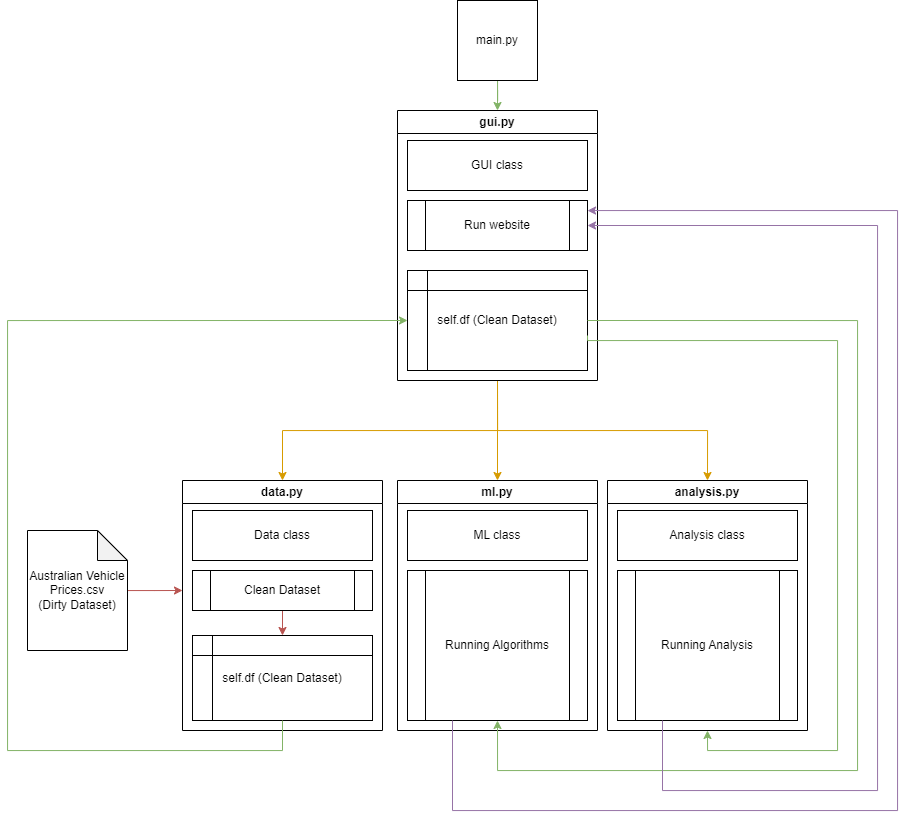
The draw.io diagram UML.png in pinbal-wizard/ST1-Assignment-3---Capstone, before a commit. Source tidied: cells renumbered, new cells last; positions are measured from the earlier drawing's top-left corner, leaving out a move shared by most shapes.
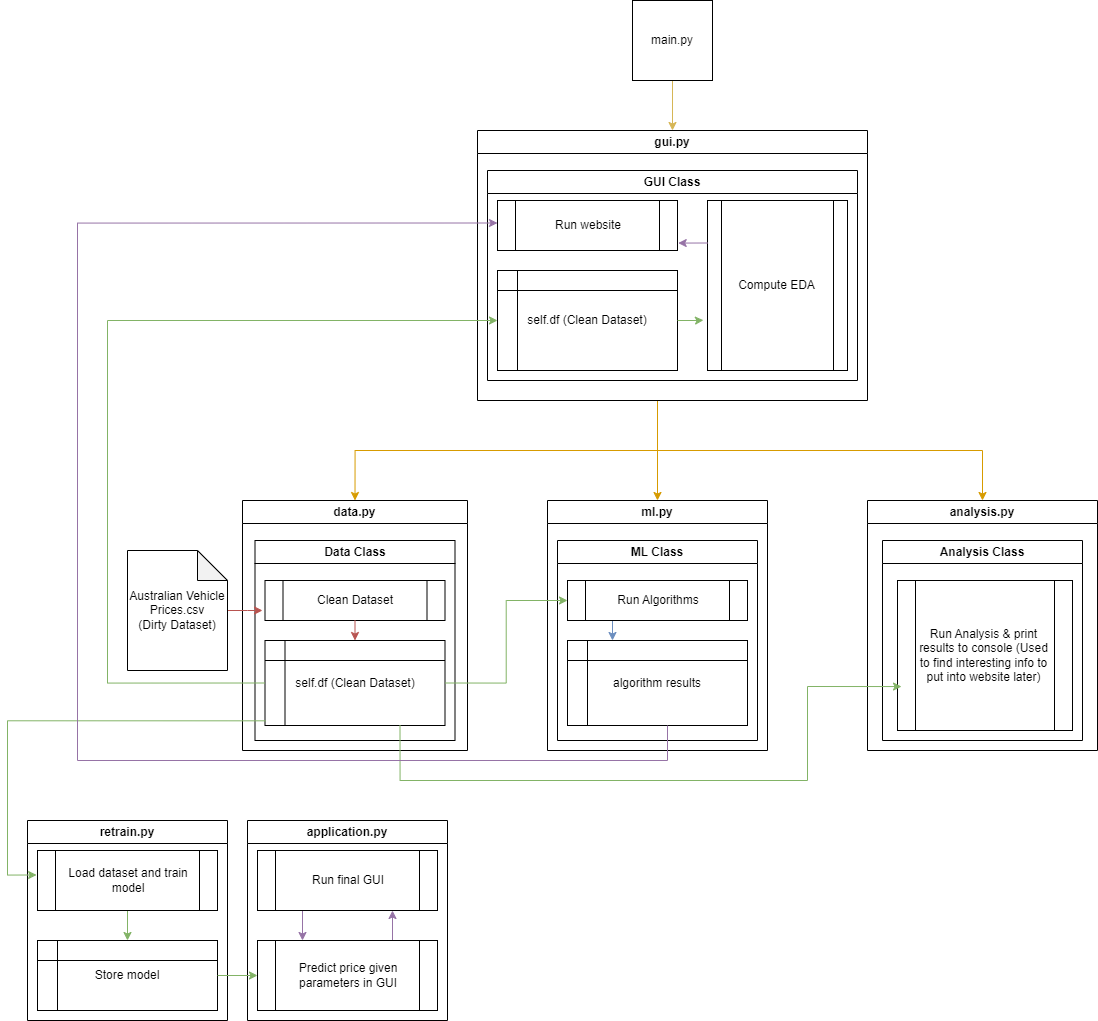
The same file after the commit.

Diff of the diagram source:
```diff
@@ -2,127 +2,179 @@
   <root>
     <mxCell id="0" />
     <mxCell id="1" parent="0" />
-    <mxCell id="2" style="edgeStyle=orthogonalEdgeStyle;rounded=0;jettySize=auto;html=1;entryX=0.5;entryY=0;entryDx=0;entryDy=0;fillColor=#d5e8d4;strokeColor=#82b366;" parent="1" edge="1" source="3" target="7">
+    <mxCell id="2" style="edgeStyle=orthogonalEdgeStyle;rounded=0;jettySize=auto;html=1;entryX=0.5;entryY=0;entryDx=0;entryDy=0;fillColor=#fff2cc;strokeColor=#d6b656;" parent="1" edge="1" source="3" target="7">
       <mxGeometry relative="1" as="geometry" />
     </mxCell>
     <mxCell id="3" value="main.py" style="whiteSpace=wrap;html=1;" parent="1" vertex="1">
-      <mxGeometry x="450" width="80" height="80" as="geometry" />
+      <mxGeometry x="545" y="-20" width="80" height="80" as="geometry" />
     </mxCell>
     <mxCell id="4" style="edgeStyle=orthogonalEdgeStyle;rounded=0;jettySize=auto;html=1;exitX=0.5;exitY=1;exitDx=0;exitDy=0;entryX=0.5;entryY=0;entryDx=0;entryDy=0;fillColor=#ffe6cc;strokeColor=#d79b00;" parent="1" edge="1" source="7" target="20">
-      <mxGeometry relative="1" as="geometry" />
+      <mxGeometry relative="1" as="geometry">
+        <Array as="points">
+          <mxPoint x="570" y="380" />
+        </Array>
+      </mxGeometry>
     </mxCell>
     <mxCell id="5" style="edgeStyle=orthogonalEdgeStyle;rounded=0;jettySize=auto;html=1;exitX=0.5;exitY=1;exitDx=0;exitDy=0;entryX=0.5;entryY=0;entryDx=0;entryDy=0;fillColor=#ffe6cc;strokeColor=#d79b00;" parent="1" edge="1" source="7" target="23">
-      <mxGeometry relative="1" as="geometry" />
+      <mxGeometry relative="1" as="geometry">
+        <Array as="points">
+          <mxPoint x="570" y="380" />
+          <mxPoint x="570" y="430" />
+          <mxPoint x="895" y="430" />
+        </Array>
+      </mxGeometry>
     </mxCell>
     <mxCell id="6" style="edgeStyle=orthogonalEdgeStyle;rounded=0;jettySize=auto;html=1;exitX=0.5;exitY=1;exitDx=0;exitDy=0;entryX=0.5;entryY=0;entryDx=0;entryDy=0;fillColor=#ffe6cc;strokeColor=#d79b00;" parent="1" edge="1" source="7" target="12">
-      <mxGeometry relative="1" as="geometry" />
+      <mxGeometry relative="1" as="geometry">
+        <Array as="points">
+          <mxPoint x="570" y="380" />
+          <mxPoint x="570" y="430" />
+          <mxPoint x="268" y="430" />
+        </Array>
+      </mxGeometry>
     </mxCell>
     <mxCell id="7" value="gui.py" style="swimlane;whiteSpace=wrap;html=1;" parent="1" vertex="1">
-      <mxGeometry x="390" y="110" width="200" height="270" as="geometry" />
+      <mxGeometry x="390" y="110" width="390" height="270" as="geometry" />
     </mxCell>
-    <mxCell id="8" value="GUI class" style="whiteSpace=wrap;html=1;" parent="7" vertex="1">
-      <mxGeometry x="10" y="30" width="180" height="50" as="geometry" />
-    </mxCell>
+    <mxCell id="31" value="GUI Class" style="swimlane;whiteSpace=wrap;html=1;" parent="7" vertex="1">
+      <mxGeometry x="10" y="40" width="370" height="210" as="geometry" />
+    </mxCell>
-    <mxCell id="9" value="Run website" style="shape=process;whiteSpace=wrap;html=1;backgroundOutline=1;" parent="7" vertex="1">
-      <mxGeometry x="10" y="90" width="180" height="50" as="geometry" />
+    <mxCell id="9" value="Run website" style="shape=process;whiteSpace=wrap;html=1;backgroundOutline=1;" parent="31" vertex="1">
+      <mxGeometry x="10" y="30" width="180" height="50" as="geometry" />
     </mxCell>
-    <mxCell id="10" style="edgeStyle=orthogonalEdgeStyle;rounded=0;orthogonalLoop=1;jettySize=auto;html=1;exitX=0.5;exitY=1;exitDx=0;exitDy=0;" parent="7" edge="1" source="9" target="9">
+    <mxCell id="10" style="edgeStyle=orthogonalEdgeStyle;rounded=0;orthogonalLoop=1;jettySize=auto;html=1;exitX=0.5;exitY=1;exitDx=0;exitDy=0;" parent="31" edge="1" source="9" target="9">
       <mxGeometry relative="1" as="geometry" />
     </mxCell>
-    <mxCell id="11" value="self.df (Clean Dataset)" style="shape=internalStorage;whiteSpace=wrap;html=1;backgroundOutline=1;align=center;" parent="7" vertex="1">
-      <mxGeometry x="10" y="160" width="180" height="100" as="geometry" />
+    <mxCell id="11" value="self.df (Clean Dataset)" style="shape=internalStorage;whiteSpace=wrap;html=1;backgroundOutline=1;align=center;" parent="31" vertex="1">
+      <mxGeometry x="10" y="100" width="180" height="100" as="geometry" />
     </mxCell>
+    <mxCell id="32" value="Compute EDA" style="shape=process;whiteSpace=wrap;html=1;backgroundOutline=1;" parent="31" vertex="1">
+      <mxGeometry x="220" y="30" width="140" height="170" as="geometry" />
+    </mxCell>
+    <mxCell id="33" style="edgeStyle=orthogonalEdgeStyle;rounded=0;jettySize=auto;html=1;exitX=0;exitY=0.25;exitDx=0;exitDy=0;entryX=1.004;entryY=0.856;entryDx=0;entryDy=0;entryPerimeter=0;fillColor=#e1d5e7;strokeColor=#9673a6;" parent="31" edge="1" source="32" target="9">
+      <mxGeometry relative="1" as="geometry" />
+    </mxCell>
+    <mxCell id="34" style="edgeStyle=orthogonalEdgeStyle;rounded=0;jettySize=auto;html=1;entryX=-0.029;entryY=0.704;entryDx=0;entryDy=0;entryPerimeter=0;fillColor=#d5e8d4;strokeColor=#82b366;" parent="31" edge="1" source="11" target="32">
+      <mxGeometry relative="1" as="geometry" />
+    </mxCell>
     <mxCell id="12" value="data.py" style="swimlane;whiteSpace=wrap;html=1;" parent="1" vertex="1">
-      <mxGeometry x="175" y="480" width="200" height="250" as="geometry" />
+      <mxGeometry x="155" y="480" width="225" height="250" as="geometry" />
     </mxCell>
-    <mxCell id="13" value="Data class" style="whiteSpace=wrap;html=1;" parent="12" vertex="1">
-      <mxGeometry x="10" y="30" width="180" height="50" as="geometry" />
-    </mxCell>
-    <mxCell id="14" style="edgeStyle=orthogonalEdgeStyle;rounded=0;jettySize=auto;html=1;exitX=0.5;exitY=1;exitDx=0;exitDy=0;entryX=0.5;entryY=0;entryDx=0;entryDy=0;fillColor=#f8cecc;strokeColor=#b85450;" parent="12" edge="1" source="15" target="16">
-      <mxGeometry relative="1" as="geometry" />
-    </mxCell>
-    <mxCell id="15" value="Clean Dataset" style="shape=process;whiteSpace=wrap;html=1;backgroundOutline=1;" parent="12" vertex="1">
-      <mxGeometry x="10" y="90" width="180" height="40" as="geometry" />
-    </mxCell>
+    <mxCell id="35" value="Data Class" style="swimlane;whiteSpace=wrap;html=1;" parent="12" vertex="1">
+      <mxGeometry x="12.5" y="40" width="200" height="200" as="geometry" />
+    </mxCell>
-    <mxCell id="16" value="self.df (Clean Dataset)" style="shape=internalStorage;whiteSpace=wrap;html=1;backgroundOutline=1;align=center;" parent="12" vertex="1">
-      <mxGeometry x="10" y="155" width="180" height="85" as="geometry" />
+    <mxCell id="16" value="self.df (Clean Dataset)" style="shape=internalStorage;whiteSpace=wrap;html=1;backgroundOutline=1;align=center;" parent="35" vertex="1">
+      <mxGeometry x="10" y="100" width="180" height="85" as="geometry" />
     </mxCell>
-    <mxCell id="17" style="edgeStyle=orthogonalEdgeStyle;rounded=0;orthogonalLoop=1;jettySize=auto;html=1;exitX=0.5;exitY=1;exitDx=0;exitDy=0;" parent="12" edge="1" source="16" target="16">
+    <mxCell id="17" style="edgeStyle=orthogonalEdgeStyle;rounded=0;orthogonalLoop=1;jettySize=auto;html=1;exitX=0.5;exitY=1;exitDx=0;exitDy=0;" parent="35" edge="1" source="16" target="16">
       <mxGeometry relative="1" as="geometry" />
     </mxCell>
+    <mxCell id="15" value="Clean Dataset" style="shape=process;whiteSpace=wrap;html=1;backgroundOutline=1;" parent="35" vertex="1">
+      <mxGeometry x="10" y="40" width="180" height="40" as="geometry" />
+    </mxCell>
+    <mxCell id="14" style="edgeStyle=orthogonalEdgeStyle;rounded=0;jettySize=auto;html=1;exitX=0.5;exitY=1;exitDx=0;exitDy=0;entryX=0.5;entryY=0;entryDx=0;entryDy=0;fillColor=#f8cecc;strokeColor=#b85450;" parent="35" edge="1" source="15" target="16">
+      <mxGeometry relative="1" as="geometry" />
+    </mxCell>
     <mxCell id="18" style="edgeStyle=orthogonalEdgeStyle;rounded=0;jettySize=auto;html=1;fillColor=#f8cecc;strokeColor=#b85450;" parent="1" edge="1" source="19">
       <mxGeometry relative="1" as="geometry">
         <mxPoint x="175" y="590" as="targetPoint" />
       </mxGeometry>
     </mxCell>
     <mxCell id="19" value="Australian Vehicle Prices.csv&lt;br&gt;(Dirty Dataset)" style="shape=note;whiteSpace=wrap;html=1;backgroundOutline=1;darkOpacity=0.05;" parent="1" vertex="1">
-      <mxGeometry x="20" y="530" width="100" height="120" as="geometry" />
+      <mxGeometry x="40" y="530" width="100" height="120" as="geometry" />
     </mxCell>
     <mxCell id="20" value="ml.py" style="swimlane;whiteSpace=wrap;html=1;" parent="1" vertex="1">
-      <mxGeometry x="390" y="480" width="200" height="250" as="geometry" />
+      <mxGeometry x="460" y="480" width="220" height="250" as="geometry" />
     </mxCell>
-    <mxCell id="21" value="ML class" style="whiteSpace=wrap;html=1;" parent="20" vertex="1">
-      <mxGeometry x="10" y="30" width="180" height="50" as="geometry" />
-    </mxCell>
-    <mxCell id="22" value="Running Algorithms" style="shape=process;whiteSpace=wrap;html=1;backgroundOutline=1;" parent="20" vertex="1">
-      <mxGeometry x="10" y="90" width="180" height="150" as="geometry" />
-    </mxCell>
+    <mxCell id="36" value="ML Class" style="swimlane;whiteSpace=wrap;html=1;" parent="20" vertex="1">
+      <mxGeometry x="10" y="40" width="200" height="200" as="geometry" />
+    </mxCell>
+    <mxCell id="37" style="edgeStyle=orthogonalEdgeStyle;rounded=0;jettySize=auto;html=1;exitX=0.25;exitY=1;exitDx=0;exitDy=0;entryX=0.25;entryY=0;entryDx=0;entryDy=0;fillColor=#dae8fc;strokeColor=#6c8ebf;" parent="36" edge="1" source="38" target="39">
+      <mxGeometry relative="1" as="geometry" />
+    </mxCell>
+    <mxCell id="38" value="Run Algorithms" style="shape=process;whiteSpace=wrap;html=1;backgroundOutline=1;" parent="36" vertex="1">
+      <mxGeometry x="10" y="40" width="180" height="40" as="geometry" />
+    </mxCell>
+    <mxCell id="39" value="algorithm results" style="shape=internalStorage;whiteSpace=wrap;html=1;backgroundOutline=1;align=center;" parent="36" vertex="1">
+      <mxGeometry x="10" y="100" width="180" height="85" as="geometry" />
+    </mxCell>
     <mxCell id="23" value="analysis.py" style="swimlane;whiteSpace=wrap;html=1;" parent="1" vertex="1">
-      <mxGeometry x="600" y="480" width="200" height="250" as="geometry" />
+      <mxGeometry x="780" y="480" width="230" height="250" as="geometry" />
     </mxCell>
-    <mxCell id="24" value="Analysis class" style="whiteSpace=wrap;html=1;" parent="23" vertex="1">
-      <mxGeometry x="10" y="30" width="180" height="50" as="geometry" />
-    </mxCell>
-    <mxCell id="25" value="Running Analysis" style="shape=process;whiteSpace=wrap;html=1;backgroundOutline=1;" parent="23" vertex="1">
-      <mxGeometry x="10" y="90" width="180" height="150" as="geometry" />
-    </mxCell>
+    <mxCell id="40" value="Analysis Class" style="swimlane;whiteSpace=wrap;html=1;" parent="23" vertex="1">
+      <mxGeometry x="15" y="40" width="200" height="200" as="geometry" />
+    </mxCell>
+    <mxCell id="41" value="Run Analysis &amp;amp; print results to console (Used to find interesting info to put into website later)" style="shape=process;whiteSpace=wrap;html=1;backgroundOutline=1;" parent="40" vertex="1">
+      <mxGeometry x="15" y="40" width="175" height="150" as="geometry" />
+    </mxCell>
+    <mxCell id="42" value="retrain.py" style="swimlane;whiteSpace=wrap;html=1;" parent="1" vertex="1">
+      <mxGeometry x="-60" y="800" width="200" height="200" as="geometry" />
+    </mxCell>
+    <mxCell id="43" value="Store model" style="shape=internalStorage;whiteSpace=wrap;html=1;backgroundOutline=1;" parent="42" vertex="1">
+      <mxGeometry x="10" y="120" width="180" height="70" as="geometry" />
+    </mxCell>
+    <mxCell id="44" style="edgeStyle=orthogonalEdgeStyle;rounded=0;jettySize=auto;html=1;exitX=0.5;exitY=1;exitDx=0;exitDy=0;entryX=0.5;entryY=0;entryDx=0;entryDy=0;fillColor=#d5e8d4;strokeColor=#82b366;" parent="42" edge="1" source="45" target="43">
+      <mxGeometry relative="1" as="geometry" />
+    </mxCell>
+    <mxCell id="45" value="Load dataset and train model" style="shape=process;whiteSpace=wrap;html=1;backgroundOutline=1;" parent="42" vertex="1">
+      <mxGeometry x="10" y="30" width="180" height="60" as="geometry" />
+    </mxCell>
+    <mxCell id="46" value="application.py" style="swimlane;whiteSpace=wrap;html=1;" parent="1" vertex="1">
+      <mxGeometry x="160" y="800" width="200" height="200" as="geometry" />
+    </mxCell>
+    <mxCell id="47" style="edgeStyle=orthogonalEdgeStyle;rounded=0;jettySize=auto;html=1;exitX=0.25;exitY=1;exitDx=0;exitDy=0;entryX=0.25;entryY=0;entryDx=0;entryDy=0;fillColor=#e1d5e7;strokeColor=#9673a6;" parent="46" edge="1" source="48" target="50">
+      <mxGeometry relative="1" as="geometry" />
+    </mxCell>
+    <mxCell id="48" value="Run final GUI" style="shape=process;whiteSpace=wrap;html=1;backgroundOutline=1;" parent="46" vertex="1">
+      <mxGeometry x="10" y="30" width="180" height="60" as="geometry" />
+    </mxCell>
+    <mxCell id="49" style="edgeStyle=orthogonalEdgeStyle;rounded=0;jettySize=auto;html=1;exitX=0.75;exitY=0;exitDx=0;exitDy=0;entryX=0.75;entryY=1;entryDx=0;entryDy=0;fillColor=#e1d5e7;strokeColor=#9673a6;" parent="46" edge="1" source="50" target="48">
+      <mxGeometry relative="1" as="geometry" />
+    </mxCell>
+    <mxCell id="50" value="Predict price given parameters in GUI" style="shape=process;whiteSpace=wrap;html=1;backgroundOutline=1;" parent="46" vertex="1">
+      <mxGeometry x="10" y="120" width="180" height="70" as="geometry" />
+    </mxCell>
+    <mxCell id="51" style="edgeStyle=orthogonalEdgeStyle;rounded=0;jettySize=auto;html=1;exitX=1;exitY=0.5;exitDx=0;exitDy=0;fillColor=#d5e8d4;strokeColor=#82b366;" parent="1" edge="1" source="43" target="50">
+      <mxGeometry relative="1" as="geometry" />
+    </mxCell>
+    <mxCell id="52" style="edgeStyle=orthogonalEdgeStyle;rounded=0;jettySize=auto;html=1;exitX=0.003;exitY=0.945;exitDx=0;exitDy=0;entryX=-0.005;entryY=0.408;entryDx=0;entryDy=0;entryPerimeter=0;exitPerimeter=0;fillColor=#d5e8d4;strokeColor=#82b366;" parent="1" edge="1" source="16" target="45">
+      <mxGeometry relative="1" as="geometry">
+        <Array as="points">
+          <mxPoint x="-80" y="700" />
+          <mxPoint x="-80" y="855" />
+        </Array>
+      </mxGeometry>
+    </mxCell>
+    <mxCell id="53" style="edgeStyle=orthogonalEdgeStyle;rounded=0;jettySize=auto;html=1;exitX=1;exitY=0.5;exitDx=0;exitDy=0;entryX=0;entryY=0.5;entryDx=0;entryDy=0;fillColor=#d5e8d4;strokeColor=#82b366;" parent="1" edge="1" source="16" target="38">
+      <mxGeometry relative="1" as="geometry" />
+    </mxCell>
+    <mxCell id="54" style="edgeStyle=orthogonalEdgeStyle;rounded=0;jettySize=auto;html=1;exitX=0.75;exitY=1;exitDx=0;exitDy=0;entryX=0.023;entryY=0.707;entryDx=0;entryDy=0;entryPerimeter=0;fillColor=#d5e8d4;strokeColor=#82b366;" parent="1" edge="1" source="16" target="41">
+      <mxGeometry relative="1" as="geometry">
+        <Array as="points">
+          <mxPoint x="313" y="760" />
+          <mxPoint x="720" y="760" />
+          <mxPoint x="720" y="666" />
+        </Array>
+      </mxGeometry>
+    </mxCell>
-    <mxCell id="26" style="edgeStyle=orthogonalEdgeStyle;rounded=0;jettySize=auto;html=1;exitX=0.5;exitY=1;exitDx=0;exitDy=0;entryX=0;entryY=0.5;entryDx=0;entryDy=0;fillColor=#d5e8d4;strokeColor=#82b366;" parent="1" edge="1" source="16" target="11">
+    <mxCell id="26" style="edgeStyle=orthogonalEdgeStyle;rounded=0;jettySize=auto;html=1;exitX=0;exitY=0.5;exitDx=0;exitDy=0;entryX=0;entryY=0.5;entryDx=0;entryDy=0;fillColor=#d5e8d4;strokeColor=#82b366;" parent="1" edge="1" source="16" target="11">
       <mxGeometry relative="1" as="geometry">
         <Array as="points">
-          <mxPoint x="275" y="750" />
-          <mxPoint y="750" />
-          <mxPoint y="320" />
+          <mxPoint x="20" y="663" />
+          <mxPoint x="20" y="300" />
         </Array>
       </mxGeometry>
     </mxCell>
-    <mxCell id="27" style="edgeStyle=orthogonalEdgeStyle;rounded=0;jettySize=auto;html=1;exitX=1;exitY=0.5;exitDx=0;exitDy=0;entryX=0.5;entryY=1;entryDx=0;entryDy=0;fillColor=#d5e8d4;strokeColor=#82b366;" parent="1" edge="1" source="11" target="22">
-      <mxGeometry relative="1" as="geometry">
-        <Array as="points">
-          <mxPoint x="850" y="320" />
-          <mxPoint x="850" y="770" />
-          <mxPoint x="490" y="770" />
-        </Array>
-      </mxGeometry>
-    </mxCell>
-    <mxCell id="28" style="edgeStyle=orthogonalEdgeStyle;rounded=0;jettySize=auto;html=1;entryX=0.5;entryY=1;entryDx=0;entryDy=0;fillColor=#d5e8d4;strokeColor=#82b366;exitX=1;exitY=0.65;exitDx=0;exitDy=0;exitPerimeter=0;" parent="1" edge="1" source="11" target="23">
-      <mxGeometry relative="1" as="geometry">
-        <Array as="points">
-          <mxPoint x="580" y="340" />
-          <mxPoint x="830" y="340" />
-          <mxPoint x="830" y="750" />
-          <mxPoint x="700" y="750" />
-        </Array>
-      </mxGeometry>
-    </mxCell>
-    <mxCell id="29" style="edgeStyle=orthogonalEdgeStyle;rounded=0;jettySize=auto;html=1;exitX=0.25;exitY=1;exitDx=0;exitDy=0;fillColor=#e1d5e7;strokeColor=#9673a6;" parent="1" edge="1" source="22">
-      <mxGeometry relative="1" as="geometry">
-        <mxPoint x="580" y="210" as="targetPoint" />
-        <Array as="points">
-          <mxPoint x="445" y="810" />
-          <mxPoint x="890" y="810" />
-          <mxPoint x="890" y="210" />
-          <mxPoint x="580" y="210" />
-        </Array>
-      </mxGeometry>
-    </mxCell>
-    <mxCell id="30" style="edgeStyle=orthogonalEdgeStyle;rounded=0;jettySize=auto;html=1;exitX=0.25;exitY=1;exitDx=0;exitDy=0;entryX=1;entryY=0.5;entryDx=0;entryDy=0;fillColor=#e1d5e7;strokeColor=#9673a6;" parent="1" edge="1" source="25" target="9">
-      <mxGeometry relative="1" as="geometry">
-        <Array as="points">
-          <mxPoint x="655" y="790" />
-          <mxPoint x="870" y="790" />
-          <mxPoint x="870" y="225" />
-        </Array>
-      </mxGeometry>
-    </mxCell>
+    <mxCell id="55" style="edgeStyle=orthogonalEdgeStyle;rounded=0;orthogonalLoop=1;jettySize=auto;html=1;exitX=0.5;exitY=1;exitDx=0;exitDy=0;entryX=0;entryY=0.25;entryDx=0;entryDy=0;fillColor=#e1d5e7;strokeColor=#9673a6;" parent="1" edge="1">
+      <mxGeometry relative="1" as="geometry">
+        <mxPoint x="580" y="705" as="sourcePoint" />
+        <mxPoint x="410" y="202.5" as="targetPoint" />
+        <Array as="points">
+          <mxPoint x="580" y="740" />
+          <mxPoint x="-10" y="740" />
+          <mxPoint x="-10" y="203" />
+        </Array>
+      </mxGeometry>
+    </mxCell>
   </root>
 </mxGraphModel>
```
